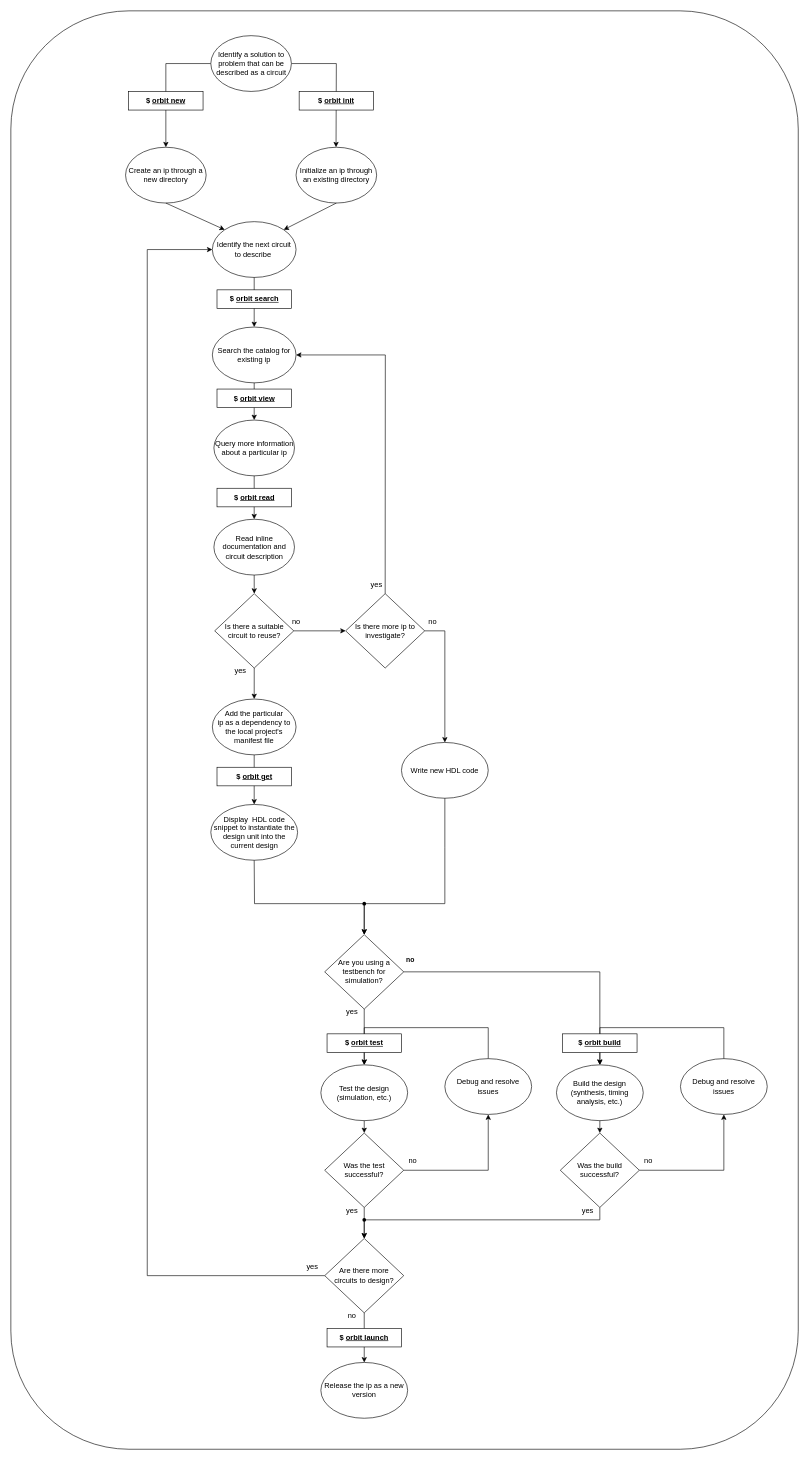
Earlier version of the draw.io diagram docs/src/diagrams/workflow.drawio (chaseruskin/orbit). Source tidied: cells renumbered, new cells numbered last; positions are measured from the earlier drawing's top-left corner, leaving out a move shared by most shapes. Both pictures are drawn from the tidied source at 62%, with x=0, y=0 at pixel (11, 11).
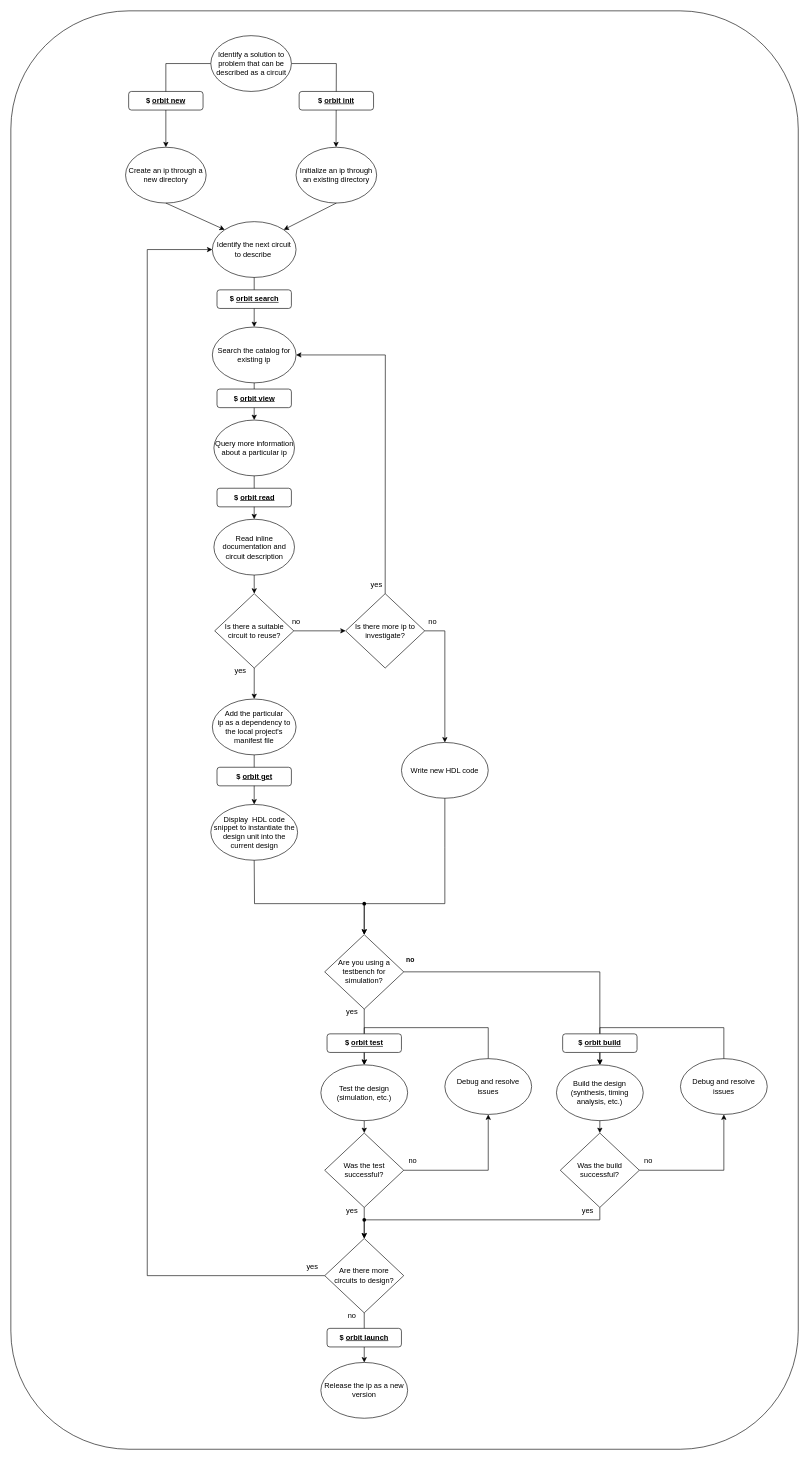
Above is the later version.

The edit, as a diff of the source:
```diff
@@
-    <mxCell id="66" value="&lt;b&gt;$ &lt;u&gt;orbit new&lt;/u&gt;&lt;/b&gt;" style="rounded=0;whiteSpace=wrap;html=1;" parent="1" vertex="1">
+    <mxCell id="66" value="&lt;b&gt;$ &lt;u&gt;orbit new&lt;/u&gt;&lt;/b&gt;" style="rounded=1;whiteSpace=wrap;html=1;" parent="1" vertex="1">
       <mxGeometry x="190" y="130" width="120" height="30" as="geometry" />
     </mxCell>
-    <mxCell id="67" value="&lt;b&gt;$ &lt;u&gt;orbit init&lt;/u&gt;&lt;/b&gt;" style="rounded=0;whiteSpace=wrap;html=1;" parent="1" vertex="1">
+    <mxCell id="67" value="&lt;b&gt;$ &lt;u&gt;orbit init&lt;/u&gt;&lt;/b&gt;" style="rounded=1;whiteSpace=wrap;html=1;" parent="1" vertex="1">
       <mxGeometry x="465" y="130" width="120" height="30" as="geometry" />
     </mxCell>
-    <mxCell id="68" value="&lt;b&gt;$ &lt;u&gt;orbit search&lt;/u&gt;&lt;/b&gt;" style="rounded=0;whiteSpace=wrap;html=1;" parent="1" vertex="1">
+    <mxCell id="68" value="&lt;b&gt;$ &lt;u&gt;orbit search&lt;/u&gt;&lt;/b&gt;" style="rounded=1;whiteSpace=wrap;html=1;" parent="1" vertex="1">
       <mxGeometry x="332.5" y="450" width="120" height="30" as="geometry" />
     </mxCell>
-    <mxCell id="69" value="&lt;b&gt;$ &lt;u&gt;orbit view&lt;/u&gt;&lt;/b&gt;" style="rounded=0;whiteSpace=wrap;html=1;" parent="1" vertex="1">
+    <mxCell id="69" value="&lt;b&gt;$ &lt;u&gt;orbit view&lt;/u&gt;&lt;/b&gt;" style="rounded=1;whiteSpace=wrap;html=1;" parent="1" vertex="1">
       <mxGeometry x="332.5" y="610" width="120" height="30" as="geometry" />
     </mxCell>
-    <mxCell id="70" value="&lt;b&gt;$ &lt;u&gt;orbit read&lt;/u&gt;&lt;/b&gt;" style="rounded=0;whiteSpace=wrap;html=1;" parent="1" vertex="1">
+    <mxCell id="70" value="&lt;b&gt;$ &lt;u&gt;orbit read&lt;/u&gt;&lt;/b&gt;" style="rounded=1;whiteSpace=wrap;html=1;" parent="1" vertex="1">
       <mxGeometry x="332.5" y="770" width="120" height="30" as="geometry" />
     </mxCell>
-    <mxCell id="71" value="&lt;b&gt;$ &lt;u&gt;orbit get&lt;/u&gt;&lt;/b&gt;" style="rounded=0;whiteSpace=wrap;html=1;" parent="1" vertex="1">
+    <mxCell id="71" value="&lt;b&gt;$ &lt;u&gt;orbit get&lt;/u&gt;&lt;/b&gt;" style="rounded=1;whiteSpace=wrap;html=1;" parent="1" vertex="1">
       <mxGeometry x="332.5" y="1220" width="120" height="30" as="geometry" />
     </mxCell>
-    <mxCell id="72" value="&lt;b&gt;$ &lt;u&gt;orbit test&lt;/u&gt;&lt;/b&gt;" style="rounded=0;whiteSpace=wrap;html=1;" parent="1" vertex="1">
+    <mxCell id="72" value="&lt;b&gt;$ &lt;u&gt;orbit test&lt;/u&gt;&lt;/b&gt;" style="rounded=1;whiteSpace=wrap;html=1;" parent="1" vertex="1">
       <mxGeometry x="510" y="1650" width="120" height="30" as="geometry" />
     </mxCell>
-    <mxCell id="73" value="&lt;b&gt;$ &lt;u&gt;orbit build&lt;/u&gt;&lt;/b&gt;" style="rounded=0;whiteSpace=wrap;html=1;" parent="1" vertex="1">
+    <mxCell id="73" value="&lt;b&gt;$ &lt;u&gt;orbit build&lt;/u&gt;&lt;/b&gt;" style="rounded=1;whiteSpace=wrap;html=1;" parent="1" vertex="1">
       <mxGeometry x="890" y="1650" width="120" height="30" as="geometry" />
     </mxCell>
-    <mxCell id="74" value="&lt;b&gt;$ &lt;u&gt;orbit launch&lt;/u&gt;&lt;/b&gt;" style="rounded=0;whiteSpace=wrap;html=1;" parent="1" vertex="1">
+    <mxCell id="74" value="&lt;b&gt;$ &lt;u&gt;orbit launch&lt;/u&gt;&lt;/b&gt;" style="rounded=1;whiteSpace=wrap;html=1;" parent="1" vertex="1">
       <mxGeometry x="510" y="2125" width="120" height="30" as="geometry" />
     </mxCell>
```
